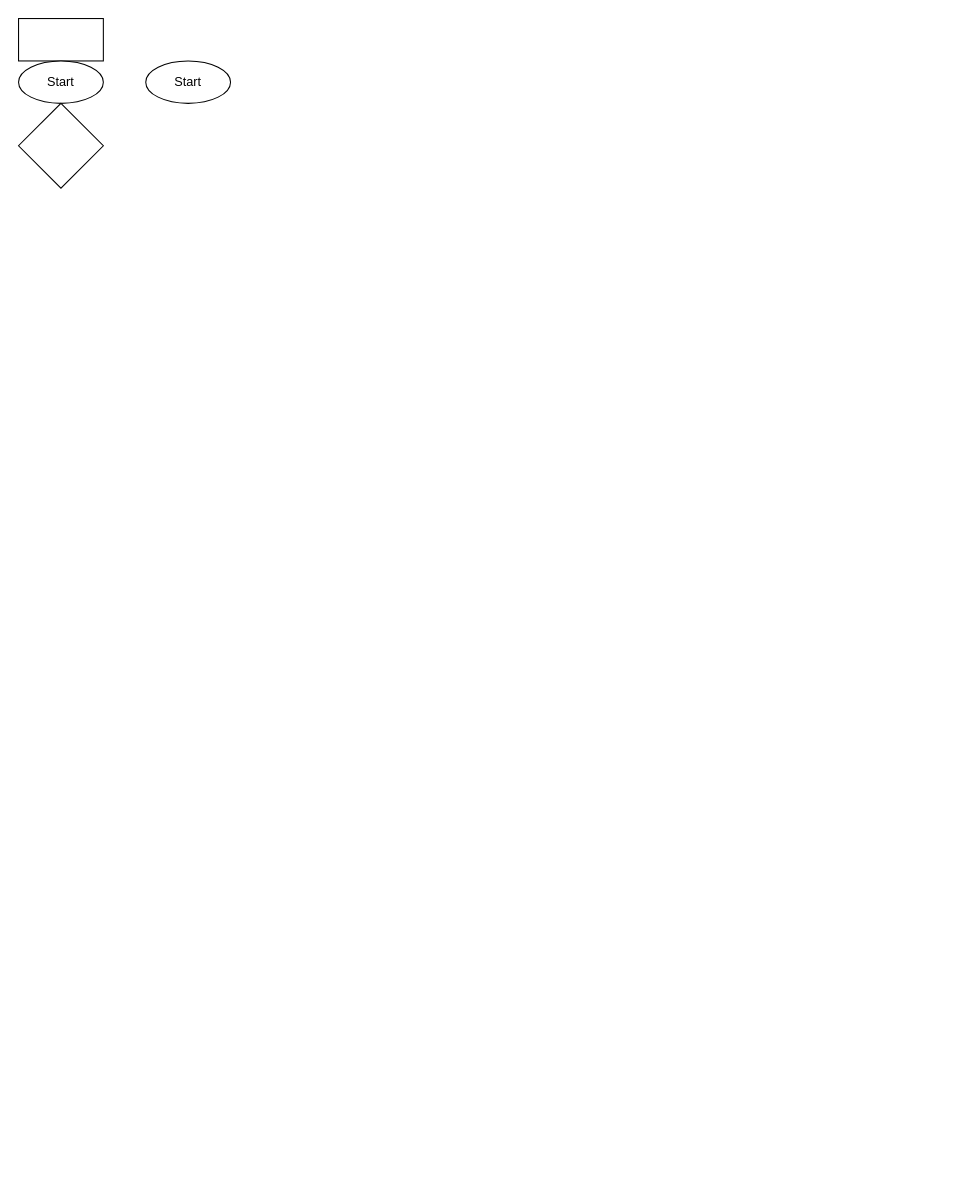
SudeKun/TRON keeps this draw.io diagram as page "Sayfa -1" (1 of 2) of Başlıksız Diyagram.drawio. Above is the earlier version. Source tidied: cells renumbered, new cells numbered last; positions are measured from the earlier drawing's top-left corner, leaving out a move shared by most shapes. Both pictures are drawn from the tidied source at 106%, with x=0, y=0 at pixel (18, 18).
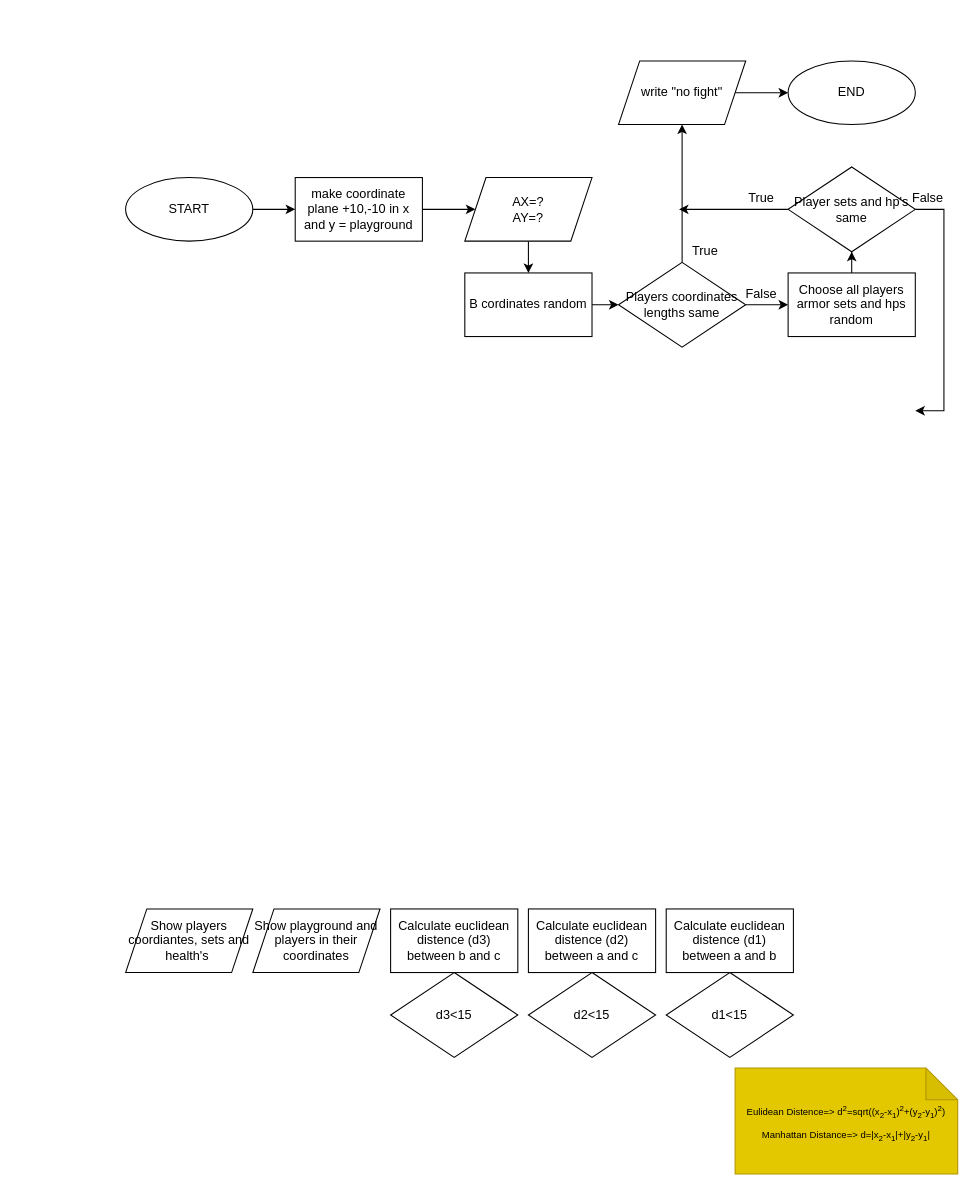
After the change.

What changed in the source:
```diff
@@
-    <mxCell id="2" value="Start" style="ellipse;whiteSpace=wrap;html=1;" parent="1" vertex="1">
-      <mxGeometry x="120" y="40" width="80" height="40" as="geometry" />
-    </mxCell>
-    <mxCell id="3" style="rounded=0;whiteSpace=wrap;html=1;" parent="1" vertex="1">
-      <mxGeometry width="80" height="40" as="geometry" />
-    </mxCell>
-    <mxCell id="4" value="Start" style="ellipse;whiteSpace=wrap;html=1;" parent="1" vertex="1">
-      <mxGeometry y="40" width="80" height="40" as="geometry" />
-    </mxCell>
-    <mxCell id="5" style="rhombus;whiteSpace=wrap;html=1;" parent="1" vertex="1">
-      <mxGeometry y="80" width="80" height="80" as="geometry" />
-    </mxCell>
+    <mxCell id="6" style="edgeStyle=orthogonalEdgeStyle;rounded=0;jettySize=auto;html=1;entryX=0;entryY=0.5;entryDx=0;entryDy=0;" parent="1" edge="1" source="7" target="9">
+      <mxGeometry relative="1" as="geometry" />
+    </mxCell>
+    <mxCell id="7" value="START" style="ellipse;whiteSpace=wrap;html=1;rounded=0;" parent="1" vertex="1">
+      <mxGeometry x="101" y="150" width="120" height="60" as="geometry" />
+    </mxCell>
+    <mxCell id="8" style="edgeStyle=orthogonalEdgeStyle;rounded=0;jettySize=auto;html=1;entryX=0;entryY=0.5;entryDx=0;entryDy=0;" parent="1" edge="1" source="9" target="11">
+      <mxGeometry relative="1" as="geometry" />
+    </mxCell>
+    <mxCell id="9" value="make coordinate plane +10,-10 in x and y = playground" style="rounded=0;whiteSpace=wrap;html=1;" parent="1" vertex="1">
+      <mxGeometry x="261" y="150" width="120" height="60" as="geometry" />
+    </mxCell>
+    <mxCell id="10" style="edgeStyle=orthogonalEdgeStyle;rounded=0;jettySize=auto;html=1;entryX=0.5;entryY=0;entryDx=0;entryDy=0;" parent="1" edge="1" source="11" target="13">
+      <mxGeometry relative="1" as="geometry" />
+    </mxCell>
+    <mxCell id="11" value="AX=?&lt;br&gt;AY=?" style="shape=parallelogram;perimeter=parallelogramPerimeter;whiteSpace=wrap;html=1;fixedSize=1;rounded=0;" parent="1" vertex="1">
+      <mxGeometry x="421" y="150" width="120" height="60" as="geometry" />
+    </mxCell>
+    <mxCell id="12" style="edgeStyle=orthogonalEdgeStyle;rounded=0;jettySize=auto;html=1;entryX=0;entryY=0.5;entryDx=0;entryDy=0;" parent="1" edge="1" source="13" target="22">
+      <mxGeometry relative="1" as="geometry" />
+    </mxCell>
+    <mxCell id="13" value="B cordinates random&lt;br&gt;" style="rounded=0;whiteSpace=wrap;html=1;" parent="1" vertex="1">
+      <mxGeometry x="421" y="240" width="120" height="60" as="geometry" />
+    </mxCell>
+    <mxCell id="14" style="edgeStyle=orthogonalEdgeStyle;rounded=0;jettySize=auto;html=1;strokeColor=default;fontSize=12;endArrow=classic;endFill=1;startSize=6;endSize=6;" parent="1" edge="1" source="15" target="18">
+      <mxGeometry relative="1" as="geometry" />
+    </mxCell>
+    <mxCell id="15" value="Choose all players armor sets and hps random" style="rounded=0;whiteSpace=wrap;html=1;" parent="1" vertex="1">
+      <mxGeometry x="726" y="240" width="120" height="60" as="geometry" />
+    </mxCell>
+    <mxCell id="16" style="edgeStyle=orthogonalEdgeStyle;rounded=0;jettySize=auto;html=1;strokeColor=default;fontSize=9;endArrow=classic;endFill=1;startSize=6;endSize=6;" parent="1" edge="1" source="18">
+      <mxGeometry relative="1" as="geometry">
+        <mxPoint x="623" y="180" as="targetPoint" />
+      </mxGeometry>
+    </mxCell>
+    <mxCell id="17" style="edgeStyle=orthogonalEdgeStyle;rounded=0;jettySize=auto;html=1;entryX=1;entryY=0.5;entryDx=0;entryDy=0;" parent="1" edge="1" source="18">
+      <mxGeometry relative="1" as="geometry">
+        <mxPoint x="846" y="370" as="targetPoint" />
+        <Array as="points">
+          <mxPoint x="873" y="180" />
+          <mxPoint x="873" y="370" />
+        </Array>
+      </mxGeometry>
+    </mxCell>
+    <mxCell id="18" value="Player sets and hp's same" style="rhombus;whiteSpace=wrap;html=1;rounded=0;" parent="1" vertex="1">
+      <mxGeometry x="726" y="140" width="120" height="80" as="geometry" />
+    </mxCell>
+    <mxCell id="19" value="True" style="text;html=1;strokeColor=none;fillColor=none;align=center;verticalAlign=middle;whiteSpace=wrap;rounded=0;" parent="1" vertex="1">
+      <mxGeometry x="623" y="210" width="50" height="20" as="geometry" />
+    </mxCell>
+    <mxCell id="20" style="edgeStyle=orthogonalEdgeStyle;jettySize=auto;html=1;entryX=0.5;entryY=1;entryDx=0;entryDy=0;fontSize=12;endArrow=classic;endFill=1;rounded=0;" parent="1" edge="1" source="22" target="28">
+      <mxGeometry relative="1" as="geometry" />
+    </mxCell>
+    <mxCell id="21" style="edgeStyle=orthogonalEdgeStyle;rounded=0;jettySize=auto;html=1;entryX=0;entryY=0.5;entryDx=0;entryDy=0;strokeColor=default;fontSize=12;endArrow=classic;endFill=1;startSize=6;endSize=6;" parent="1" edge="1" source="22" target="15">
+      <mxGeometry relative="1" as="geometry" />
+    </mxCell>
+    <mxCell id="22" value="Players coordinates lengths same" style="rhombus;whiteSpace=wrap;html=1;rounded=0;" parent="1" vertex="1">
+      <mxGeometry x="566" y="230" width="120" height="80" as="geometry" />
+    </mxCell>
+    <mxCell id="23" value="END" style="ellipse;whiteSpace=wrap;html=1;rounded=0;" parent="1" vertex="1">
+      <mxGeometry x="726" y="40" width="120" height="60" as="geometry" />
+    </mxCell>
+    <mxCell id="24" value="True" style="text;html=1;strokeColor=none;fillColor=none;align=center;verticalAlign=middle;whiteSpace=wrap;rounded=0;" parent="1" vertex="1">
+      <mxGeometry x="676" y="160" width="50" height="20" as="geometry" />
+    </mxCell>
+    <mxCell id="25" value="Show playground and players in their coordinates" style="shape=parallelogram;perimeter=parallelogramPerimeter;whiteSpace=wrap;html=1;fixedSize=1;rounded=0;" parent="1" vertex="1">
+      <mxGeometry x="221" y="840" width="120" height="60" as="geometry" />
+    </mxCell>
+    <mxCell id="26" value="Show players coordiantes, sets and health's&amp;nbsp;" style="shape=parallelogram;perimeter=parallelogramPerimeter;whiteSpace=wrap;html=1;fixedSize=1;rounded=0;" parent="1" vertex="1">
+      <mxGeometry x="101" y="840" width="120" height="60" as="geometry" />
+    </mxCell>
+    <mxCell id="27" style="edgeStyle=orthogonalEdgeStyle;rounded=0;jettySize=auto;html=1;fontSize=12;endArrow=classic;startSize=6;endSize=6;strokeColor=default;endFill=1;" parent="1" edge="1" source="28" target="23">
+      <mxGeometry relative="1" as="geometry">
+        <Array as="points">
+          <mxPoint x="633" y="70" />
+        </Array>
+      </mxGeometry>
+    </mxCell>
+    <mxCell id="28" value="write &quot;no fight&quot;" style="shape=parallelogram;perimeter=parallelogramPerimeter;whiteSpace=wrap;html=1;fixedSize=1;rounded=0;" parent="1" vertex="1">
+      <mxGeometry x="566" y="40" width="120" height="60" as="geometry" />
+    </mxCell>
+    <mxCell id="29" value="False" style="text;html=1;strokeColor=none;fillColor=none;align=center;verticalAlign=middle;whiteSpace=wrap;rounded=0;" parent="1" vertex="1">
+      <mxGeometry x="676" y="250" width="50" height="20" as="geometry" />
+    </mxCell>
+    <mxCell id="30" value="False" style="text;html=1;strokeColor=none;fillColor=none;align=center;verticalAlign=middle;whiteSpace=wrap;rounded=0;" parent="1" vertex="1">
+      <mxGeometry x="833" y="160" width="50" height="20" as="geometry" />
+    </mxCell>
+    <mxCell id="31" value="&lt;font style=&quot;font-size: 9px;&quot;&gt;Eulidean Distence=&amp;gt; d&lt;sup&gt;2&lt;/sup&gt;=sqrt((x&lt;sub&gt;2&lt;/sub&gt;-x&lt;sub&gt;1&lt;/sub&gt;)&lt;sup&gt;2&lt;/sup&gt;+(y&lt;sub&gt;2&lt;/sub&gt;-y&lt;sub&gt;1&lt;/sub&gt;)&lt;sup&gt;2&lt;/sup&gt;&lt;/font&gt;&lt;span style=&quot;font-size: 9px;&quot;&gt;)&lt;br&gt;Manhattan Distance=&amp;gt; d=|x&lt;sub&gt;2&lt;/sub&gt;-x&lt;sub&gt;1&lt;/sub&gt;|+|y&lt;sub&gt;2&lt;/sub&gt;-y&lt;sub&gt;1&lt;/sub&gt;|&lt;br&gt;&lt;/span&gt;" style="shape=note;whiteSpace=wrap;html=1;backgroundOutline=1;darkOpacity=0.05;fontSize=18;align=center;fillColor=#e3c800;strokeColor=#B09500;fontColor=#000000;" parent="1" vertex="1">
+      <mxGeometry x="676" y="990" width="210" height="100" as="geometry" />
+    </mxCell>
+    <mxCell id="32" value="Calculate euclidean distence (d1) between a and b" style="rounded=0;whiteSpace=wrap;html=1;" parent="1" vertex="1">
+      <mxGeometry x="611" y="840" width="120" height="60" as="geometry" />
+    </mxCell>
+    <mxCell id="33" value="Calculate euclidean distence (d2)&lt;br&gt;between a and c" style="rounded=0;whiteSpace=wrap;html=1;" parent="1" vertex="1">
+      <mxGeometry x="481" y="840" width="120" height="60" as="geometry" />
+    </mxCell>
+    <mxCell id="34" value="Calculate euclidean distence (d3) between b and c" style="rounded=0;whiteSpace=wrap;html=1;" parent="1" vertex="1">
+      <mxGeometry x="351" y="840" width="120" height="60" as="geometry" />
+    </mxCell>
+    <mxCell id="35" value="d1&amp;lt;15" style="rhombus;whiteSpace=wrap;html=1;rounded=0;" parent="1" vertex="1">
+      <mxGeometry x="611" y="900" width="120" height="80" as="geometry" />
+    </mxCell>
+    <mxCell id="36" value="d2&amp;lt;15" style="rhombus;whiteSpace=wrap;html=1;rounded=0;" parent="1" vertex="1">
+      <mxGeometry x="481" y="900" width="120" height="80" as="geometry" />
+    </mxCell>
+    <mxCell id="37" value="d3&amp;lt;15" style="rhombus;whiteSpace=wrap;html=1;rounded=0;" parent="1" vertex="1">
+      <mxGeometry x="351" y="900" width="120" height="80" as="geometry" />
+    </mxCell>
```
